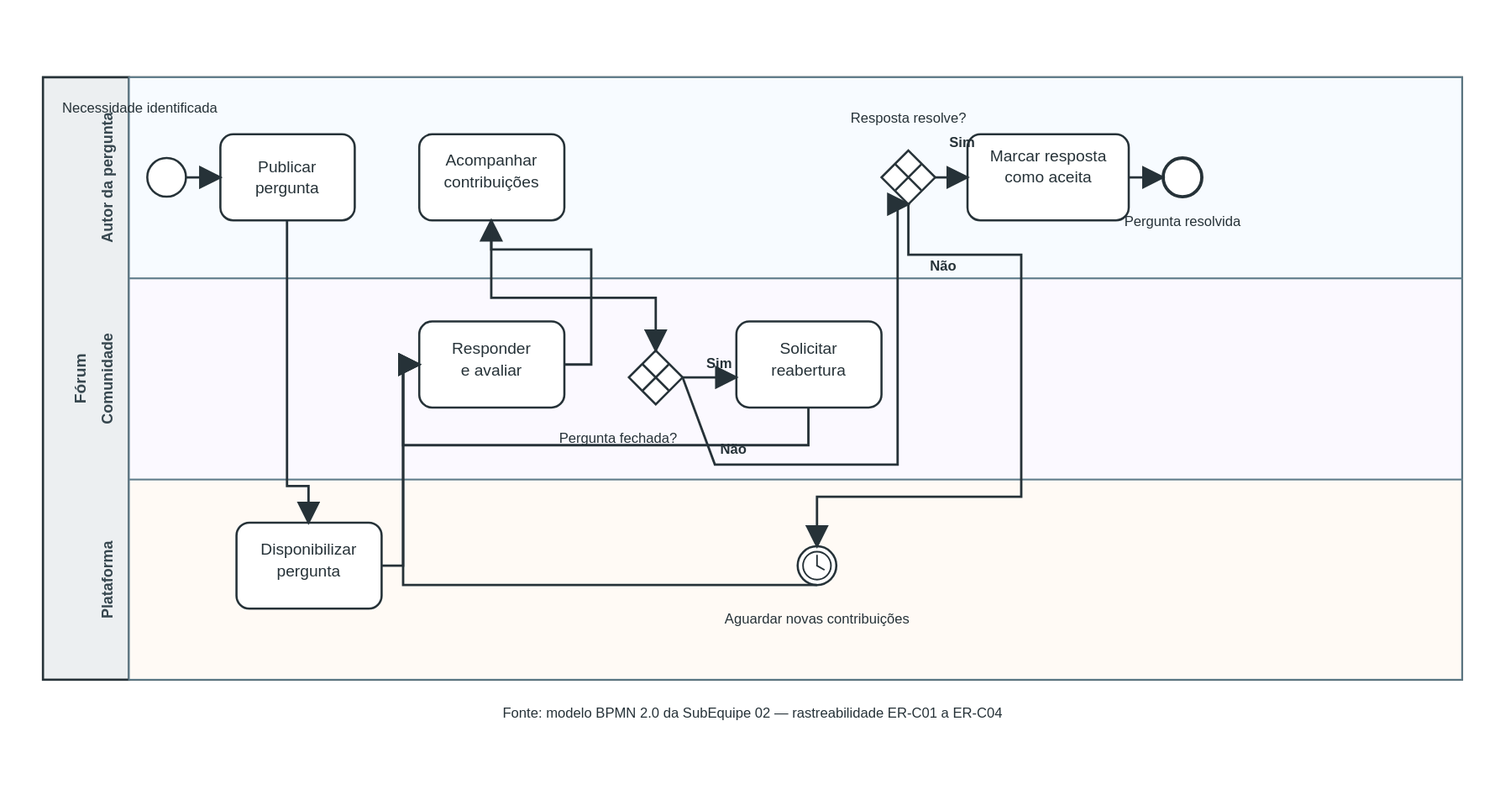
Before: docs/Base/Modelagem/BPMN/Fluxo_Pergunta_Resposta_Resolucao.svg, a diagram exported from BPMN (UnBArqDsw2026-2-Turma02/2026.2-T02-_G2_ProjetoForum_Entrega01). Its source is kept beside it as docs/Base/Modelagem/BPMN/Fluxo_Pergunta_Resposta_Resolucao.bpmn. Ids are renumbered. Source of this version:
```xml
<bpmn:definitions xmlns:xsi="http://www.w3.org/2001/XMLSchema-instance"
  xmlns:bpmn="http://www.omg.org/spec/BPMN/20100524/MODEL"
  xmlns:bpmndi="http://www.omg.org/spec/BPMN/20100524/DI"
  xmlns:dc="http://www.omg.org/spec/DD/20100524/DC"
  xmlns:di="http://www.omg.org/spec/DD/20100524/DI"
  id="Definitions_ForumG2"
  targetNamespace="http://unbarqdsw2026-2-turma02.github.io/G2_ProjetoForum"
  exporter="bpmn-js"
  exporterVersion="18.25.1">

  <bpmn:collaboration id="Collaboration_ForumG2">
    <bpmn:participant id="Participant_Forum" name="Fórum da Comunidade" processRef="Process_Forum" />
  </bpmn:collaboration>

  <bpmn:process id="Process_Forum" name="Fluxo de pergunta, resposta e resolução" isExecutable="false">
    <bpmn:documentation>Modelo BPMN inicial da SubEquipe 02. O escopo cobre publicação, disponibilização, resposta, avaliação, aceitação, espera por contribuições e continuidade após fechamento.</bpmn:documentation>

    <bpmn:laneSet id="LaneSet_Forum">
      <bpmn:lane id="Lane_Autor" name="Autor da pergunta">
        <bpmn:flowNodeRef>Start_Question</bpmn:flowNodeRef>
        <bpmn:flowNodeRef>Task_Publish</bpmn:flowNodeRef>
        <bpmn:flowNodeRef>Task_Monitor</bpmn:flowNodeRef>
        <bpmn:flowNodeRef>Gateway_Resolution</bpmn:flowNodeRef>
        <bpmn:flowNodeRef>Task_Accept</bpmn:flowNodeRef>
        <bpmn:flowNodeRef>End_Resolved</bpmn:flowNodeRef>
      </bpmn:lane>
      <bpmn:lane id="Lane_Community" name="Comunidade">
        <bpmn:flowNodeRef>Task_Respond</bpmn:flowNodeRef>
        <bpmn:flowNodeRef>Gateway_Closed</bpmn:flowNodeRef>
        <bpmn:flowNodeRef>Task_Reopen</bpmn:flowNodeRef>
      </bpmn:lane>
      <bpmn:lane id="Lane_Platform" name="Plataforma">
        <bpmn:flowNodeRef>Task_Available</bpmn:flowNodeRef>
        <bpmn:flowNodeRef>Event_Wait</bpmn:flowNodeRef>
      </bpmn:lane>
    </bpmn:laneSet>

    <bpmn:startEvent id="Start_Question" name="Necessidade identificada">
      <bpmn:outgoing>Flow_Start_Publish</bpmn:outgoing>
    </bpmn:startEvent>
    <bpmn:task id="Task_Publish" name="Publicar pergunta">
      <bpmn:incoming>Flow_Start_Publish</bpmn:incoming>
      <bpmn:outgoing>Flow_Publish_Available</bpmn:outgoing>
    </bpmn:task>
    <bpmn:task id="Task_Available" name="Disponibilizar pergunta">
      <bpmn:incoming>Flow_Publish_Available</bpmn:incoming>
      <bpmn:outgoing>Flow_Available_Respond</bpmn:outgoing>
    </bpmn:task>
    <bpmn:task id="Task_Respond" name="Responder e avaliar">
      <bpmn:incoming>Flow_Available_Respond</bpmn:incoming>
      <bpmn:incoming>Flow_Wait_Respond</bpmn:incoming>
      <bpmn:incoming>Flow_Reopen_Respond</bpmn:incoming>
      <bpmn:outgoing>Flow_Respond_Monitor</bpmn:outgoing>
    </bpmn:task>
    <bpmn:task id="Task_Monitor" name="Acompanhar contribuições">
      <bpmn:incoming>Flow_Respond_Monitor</bpmn:incoming>
      <bpmn:outgoing>Flow_Monitor_Closed</bpmn:outgoing>
    </bpmn:task>
    <bpmn:exclusiveGateway id="Gateway_Resolution" name="Resposta resolve?">
      <bpmn:incoming>Flow_Closed_No</bpmn:incoming>
      <bpmn:outgoing>Flow_Resolution_Yes</bpmn:outgoing>
      <bpmn:outgoing>Flow_Resolution_No</bpmn:outgoing>
    </bpmn:exclusiveGateway>
    <bpmn:task id="Task_Accept" name="Marcar resposta como aceita">
      <bpmn:incoming>Flow_Resolution_Yes</bpmn:incoming>
      <bpmn:outgoing>Flow_Accept_Resolved</bpmn:outgoing>
    </bpmn:task>
    <bpmn:endEvent id="End_Resolved" name="Pergunta resolvida">
      <bpmn:incoming>Flow_Accept_Resolved</bpmn:incoming>
    </bpmn:endEvent>
    <bpmn:intermediateCatchEvent id="Event_Wait" name="Aguardar novas contribuições">
      <bpmn:incoming>Flow_Resolution_No</bpmn:incoming>
      <bpmn:outgoing>Flow_Wait_Respond</bpmn:outgoing>
      <bpmn:timerEventDefinition id="TimerDefinition_Wait" />
    </bpmn:intermediateCatchEvent>
    <bpmn:exclusiveGateway id="Gateway_Closed" name="Pergunta fechada?">
      <bpmn:incoming>Flow_Monitor_Closed</bpmn:incoming>
      <bpmn:outgoing>Flow_Closed_Yes</bpmn:outgoing>
      <bpmn:outgoing>Flow_Closed_No</bpmn:outgoing>
    </bpmn:exclusiveGateway>
    <bpmn:task id="Task_Reopen" name="Solicitar reabertura">
      <bpmn:incoming>Flow_Closed_Yes</bpmn:incoming>
      <bpmn:outgoing>Flow_Reopen_Respond</bpmn:outgoing>
    </bpmn:task>

    <bpmn:sequenceFlow id="Flow_Start_Publish" sourceRef="Start_Question" targetRef="Task_Publish" />
    <bpmn:sequenceFlow id="Flow_Publish_Available" sourceRef="Task_Publish" targetRef="Task_Available" />
    <bpmn:sequenceFlow id="Flow_Available_Respond" sourceRef="Task_Available" targetRef="Task_Respond" />
    <bpmn:sequenceFlow id="Flow_Respond_Monitor" sourceRef="Task_Respond" targetRef="Task_Monitor" />
    <bpmn:sequenceFlow id="Flow_Resolution_Yes" name="Sim" sourceRef="Gateway_Resolution" targetRef="Task_Accept" />
    <bpmn:sequenceFlow id="Flow_Resolution_No" name="Não" sourceRef="Gateway_Resolution" targetRef="Event_Wait" />
    <bpmn:sequenceFlow id="Flow_Wait_Respond" sourceRef="Event_Wait" targetRef="Task_Respond" />
    <bpmn:sequenceFlow id="Flow_Monitor_Closed" name="Quando aplicável" sourceRef="Task_Monitor" targetRef="Gateway_Closed" />
    <bpmn:sequenceFlow id="Flow_Closed_Yes" name="Sim" sourceRef="Gateway_Closed" targetRef="Task_Reopen" />
    <bpmn:sequenceFlow id="Flow_Closed_No" name="Não" sourceRef="Gateway_Closed" targetRef="Gateway_Resolution" />
    <bpmn:sequenceFlow id="Flow_Reopen_Respond" sourceRef="Task_Reopen" targetRef="Task_Respond" />
    <bpmn:sequenceFlow id="Flow_Accept_Resolved" sourceRef="Task_Accept" targetRef="End_Resolved" />
  </bpmn:process>

  <bpmndi:BPMNDiagram id="BPMNDiagram_Forum">
    <bpmndi:BPMNPlane id="BPMNPlane_Forum" bpmnElement="Collaboration_ForumG2">
      <bpmndi:BPMNShape id="Participant_Forum_di" bpmnElement="Participant_Forum" isHorizontal="true">
        <dc:Bounds x="100" y="80" width="1200" height="520" />
        <bpmndi:BPMNLabel />
      </bpmndi:BPMNShape>
      <bpmndi:BPMNShape id="Lane_Autor_di" bpmnElement="Lane_Autor" isHorizontal="true">
        <dc:Bounds x="130" y="80" width="1170" height="173" />
      </bpmndi:BPMNShape>
      <bpmndi:BPMNShape id="Lane_Community_di" bpmnElement="Lane_Community" isHorizontal="true">
        <dc:Bounds x="130" y="253" width="1170" height="173" />
      </bpmndi:BPMNShape>
      <bpmndi:BPMNShape id="Lane_Platform_di" bpmnElement="Lane_Platform" isHorizontal="true">
        <dc:Bounds x="130" y="426" width="1170" height="174" />
      </bpmndi:BPMNShape>

      <bpmndi:BPMNShape id="Start_Question_di" bpmnElement="Start_Question">
        <dc:Bounds x="160" y="148" width="36" height="36" />
        <bpmndi:BPMNLabel />
      </bpmndi:BPMNShape>
      <bpmndi:BPMNShape id="Task_Publish_di" bpmnElement="Task_Publish">
        <dc:Bounds x="215" y="128" width="110" height="80" />
        <bpmndi:BPMNLabel />
      </bpmndi:BPMNShape>
      <bpmndi:BPMNShape id="Task_Monitor_di" bpmnElement="Task_Monitor">
        <dc:Bounds x="380" y="128" width="120" height="80" />
        <bpmndi:BPMNLabel />
      </bpmndi:BPMNShape>
      <bpmndi:BPMNShape id="Gateway_Resolution_di" bpmnElement="Gateway_Resolution" isMarkerVisible="true">
        <dc:Bounds x="820" y="143" width="50" height="50" />
        <bpmndi:BPMNLabel>
          <dc:Bounds x="818" y="105" width="55" height="27" />
        </bpmndi:BPMNLabel>
      </bpmndi:BPMNShape>
      <bpmndi:BPMNShape id="Task_Accept_di" bpmnElement="Task_Accept">
        <dc:Bounds x="900" y="128" width="120" height="80" />
        <bpmndi:BPMNLabel />
      </bpmndi:BPMNShape>
      <bpmndi:BPMNShape id="End_Resolved_di" bpmnElement="End_Resolved">
        <dc:Bounds x="1070" y="150" width="36" height="36" />
        <bpmndi:BPMNLabel />
      </bpmndi:BPMNShape>

      <bpmndi:BPMNShape id="Task_Respond_di" bpmnElement="Task_Respond">
        <dc:Bounds x="400" y="300" width="120" height="80" />
        <bpmndi:BPMNLabel />
      </bpmndi:BPMNShape>
      <bpmndi:BPMNShape id="Gateway_Closed_di" bpmnElement="Gateway_Closed" isMarkerVisible="true">
        <dc:Bounds x="600" y="315" width="50" height="50" />
        <bpmndi:BPMNLabel>
          <dc:Bounds x="470" y="375" width="105" height="27" />
        </bpmndi:BPMNLabel>
      </bpmndi:BPMNShape>
      <bpmndi:BPMNShape id="Task_Reopen_di" bpmnElement="Task_Reopen">
        <dc:Bounds x="690" y="300" width="120" height="80" />
        <bpmndi:BPMNLabel />
      </bpmndi:BPMNShape>
      <bpmndi:BPMNShape id="Task_Available_di" bpmnElement="Task_Available">
        <dc:Bounds x="250" y="475" width="120" height="80" />
        <bpmndi:BPMNLabel />
      </bpmndi:BPMNShape>
      <bpmndi:BPMNShape id="Event_Wait_di" bpmnElement="Event_Wait">
        <dc:Bounds x="760" y="500" width="36" height="36" />
        <bpmndi:BPMNLabel>
          <dc:Bounds x="710" y="543" width="136" height="27" />
        </bpmndi:BPMNLabel>
      </bpmndi:BPMNShape>

      <bpmndi:BPMNEdge id="Flow_Start_Publish_di" bpmnElement="Flow_Start_Publish">
        <di:waypoint x="196" y="166" />
        <di:waypoint x="215" y="166" />
      </bpmndi:BPMNEdge>
      <bpmndi:BPMNEdge id="Flow_Publish_Available_di" bpmnElement="Flow_Publish_Available">
        <di:waypoint x="270" y="208" />
        <di:waypoint x="270" y="430" />
        <di:waypoint x="310" y="430" />
        <di:waypoint x="310" y="475" />
      </bpmndi:BPMNEdge>
      <bpmndi:BPMNEdge id="Flow_Available_Respond_di" bpmnElement="Flow_Available_Respond">
        <di:waypoint x="370" y="515" />
        <di:waypoint x="390" y="515" />
        <di:waypoint x="390" y="340" />
        <di:waypoint x="400" y="340" />
      </bpmndi:BPMNEdge>
      <bpmndi:BPMNEdge id="Flow_Respond_Monitor_di" bpmnElement="Flow_Respond_Monitor">
        <di:waypoint x="520" y="340" />
        <di:waypoint x="550" y="340" />
        <di:waypoint x="550" y="240" />
        <di:waypoint x="440" y="240" />
        <di:waypoint x="440" y="208" />
      </bpmndi:BPMNEdge>
      <bpmndi:BPMNEdge id="Flow_Resolution_Yes_di" bpmnElement="Flow_Resolution_Yes">
        <di:waypoint x="870" y="168" />
        <di:waypoint x="900" y="168" />
      </bpmndi:BPMNEdge>
      <bpmndi:BPMNEdge id="Flow_Resolution_No_di" bpmnElement="Flow_Resolution_No">
        <di:waypoint x="845" y="193" />
        <di:waypoint x="845" y="240" />
        <di:waypoint x="950" y="240" />
        <di:waypoint x="950" y="450" />
        <di:waypoint x="778" y="450" />
        <di:waypoint x="778" y="500" />
      </bpmndi:BPMNEdge>
      <bpmndi:BPMNEdge id="Flow_Wait_Respond_di" bpmnElement="Flow_Wait_Respond">
        <di:waypoint x="760" y="518" />
        <di:waypoint x="380" y="518" />
        <di:waypoint x="380" y="340" />
        <di:waypoint x="400" y="340" />
      </bpmndi:BPMNEdge>
      <bpmndi:BPMNEdge id="Flow_Monitor_Closed_di" bpmnElement="Flow_Monitor_Closed">
        <di:waypoint x="440" y="208" />
        <di:waypoint x="440" y="280" />
        <di:waypoint x="625" y="280" />
        <di:waypoint x="625" y="315" />
      </bpmndi:BPMNEdge>
      <bpmndi:BPMNEdge id="Flow_Closed_Yes_di" bpmnElement="Flow_Closed_Yes">
        <di:waypoint x="650" y="340" />
        <di:waypoint x="690" y="340" />
      </bpmndi:BPMNEdge>
      <bpmndi:BPMNEdge id="Flow_Closed_No_di" bpmnElement="Flow_Closed_No">
        <di:waypoint x="650" y="340" />
        <di:waypoint x="665" y="400" />
        <di:waypoint x="835" y="400" />
        <di:waypoint x="835" y="193" />
        <di:waypoint x="845" y="193" />
      </bpmndi:BPMNEdge>
      <bpmndi:BPMNEdge id="Flow_Reopen_Respond_di" bpmnElement="Flow_Reopen_Respond">
        <di:waypoint x="750" y="380" />
        <di:waypoint x="750" y="405" />
        <di:waypoint x="380" y="405" />
        <di:waypoint x="380" y="340" />
        <di:waypoint x="400" y="340" />
      </bpmndi:BPMNEdge>
      <bpmndi:BPMNEdge id="Flow_Accept_Resolved_di" bpmnElement="Flow_Accept_Resolved">
        <di:waypoint x="1020" y="168" />
        <di:waypoint x="1070" y="168" />
      </bpmndi:BPMNEdge>
    </bpmndi:BPMNPlane>
  </bpmndi:BPMNDiagram>
</bpmn:definitions>
```
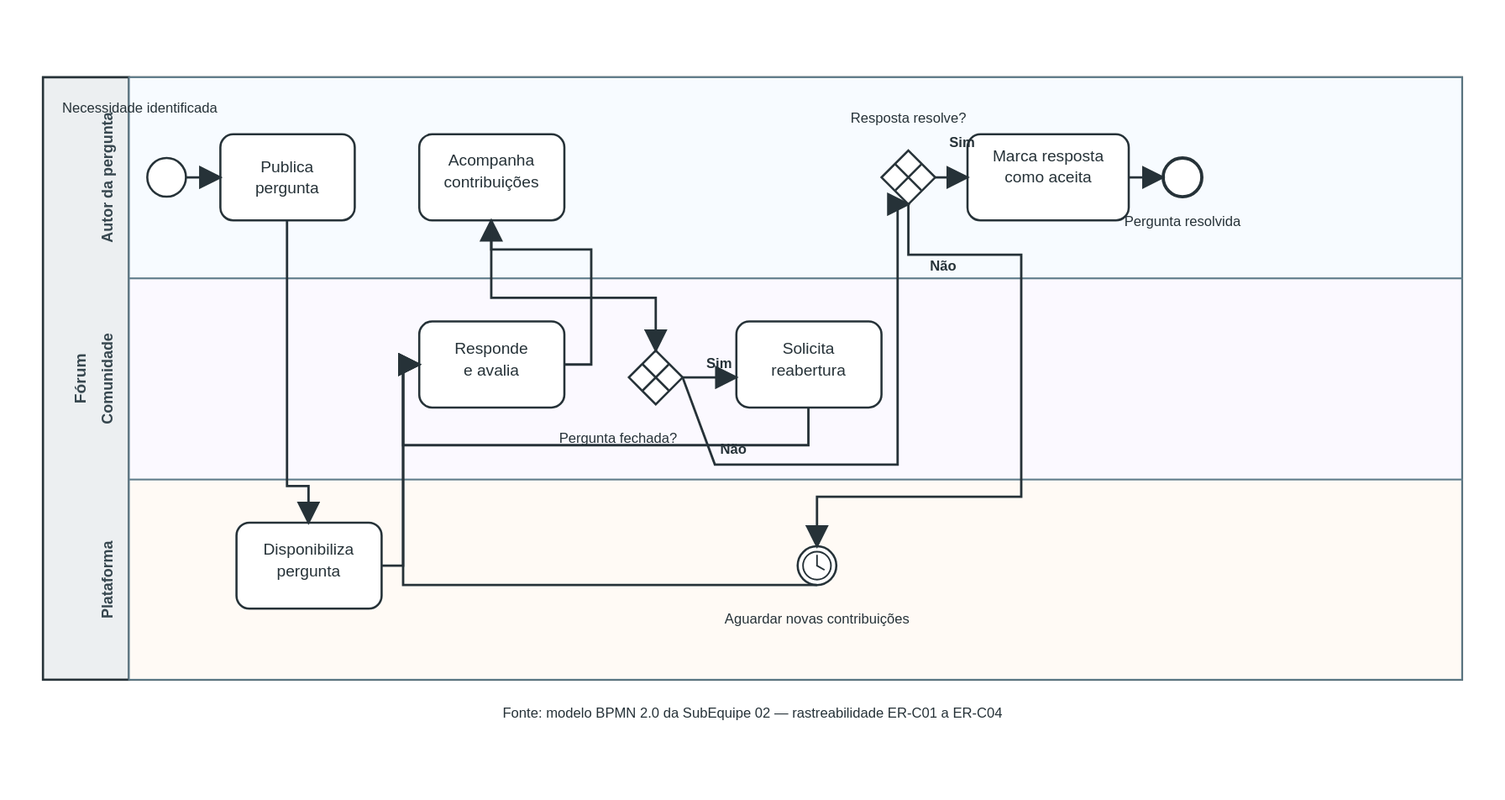
After the change.

The edit, as a diff of the source:
```diff
@@ -38,21 +38,21 @@
     <bpmn:startEvent id="Start_Question" name="Necessidade identificada">
       <bpmn:outgoing>Flow_Start_Publish</bpmn:outgoing>
     </bpmn:startEvent>
-    <bpmn:task id="Task_Publish" name="Publicar pergunta">
+    <bpmn:task id="Task_Publish" name="Publica pergunta">
       <bpmn:incoming>Flow_Start_Publish</bpmn:incoming>
       <bpmn:outgoing>Flow_Publish_Available</bpmn:outgoing>
     </bpmn:task>
-    <bpmn:task id="Task_Available" name="Disponibilizar pergunta">
+    <bpmn:task id="Task_Available" name="Disponibiliza pergunta">
       <bpmn:incoming>Flow_Publish_Available</bpmn:incoming>
       <bpmn:outgoing>Flow_Available_Respond</bpmn:outgoing>
     </bpmn:task>
-    <bpmn:task id="Task_Respond" name="Responder e avaliar">
+    <bpmn:task id="Task_Respond" name="Responde e avalia">
       <bpmn:incoming>Flow_Available_Respond</bpmn:incoming>
       <bpmn:incoming>Flow_Wait_Respond</bpmn:incoming>
       <bpmn:incoming>Flow_Reopen_Respond</bpmn:incoming>
       <bpmn:outgoing>Flow_Respond_Monitor</bpmn:outgoing>
     </bpmn:task>
-    <bpmn:task id="Task_Monitor" name="Acompanhar contribuições">
+    <bpmn:task id="Task_Monitor" name="Acompanha contribuições">
       <bpmn:incoming>Flow_Respond_Monitor</bpmn:incoming>
       <bpmn:outgoing>Flow_Monitor_Closed</bpmn:outgoing>
     </bpmn:task>
@@ -61,7 +61,7 @@
       <bpmn:outgoing>Flow_Resolution_Yes</bpmn:outgoing>
       <bpmn:outgoing>Flow_Resolution_No</bpmn:outgoing>
     </bpmn:exclusiveGateway>
-    <bpmn:task id="Task_Accept" name="Marcar resposta como aceita">
+    <bpmn:task id="Task_Accept" name="Marca resposta como aceita">
       <bpmn:incoming>Flow_Resolution_Yes</bpmn:incoming>
       <bpmn:outgoing>Flow_Accept_Resolved</bpmn:outgoing>
     </bpmn:task>
@@ -78,7 +78,7 @@
       <bpmn:outgoing>Flow_Closed_Yes</bpmn:outgoing>
       <bpmn:outgoing>Flow_Closed_No</bpmn:outgoing>
     </bpmn:exclusiveGateway>
-    <bpmn:task id="Task_Reopen" name="Solicitar reabertura">
+    <bpmn:task id="Task_Reopen" name="Solicita reabertura">
       <bpmn:incoming>Flow_Closed_Yes</bpmn:incoming>
       <bpmn:outgoing>Flow_Reopen_Respond</bpmn:outgoing>
     </bpmn:task>
```
